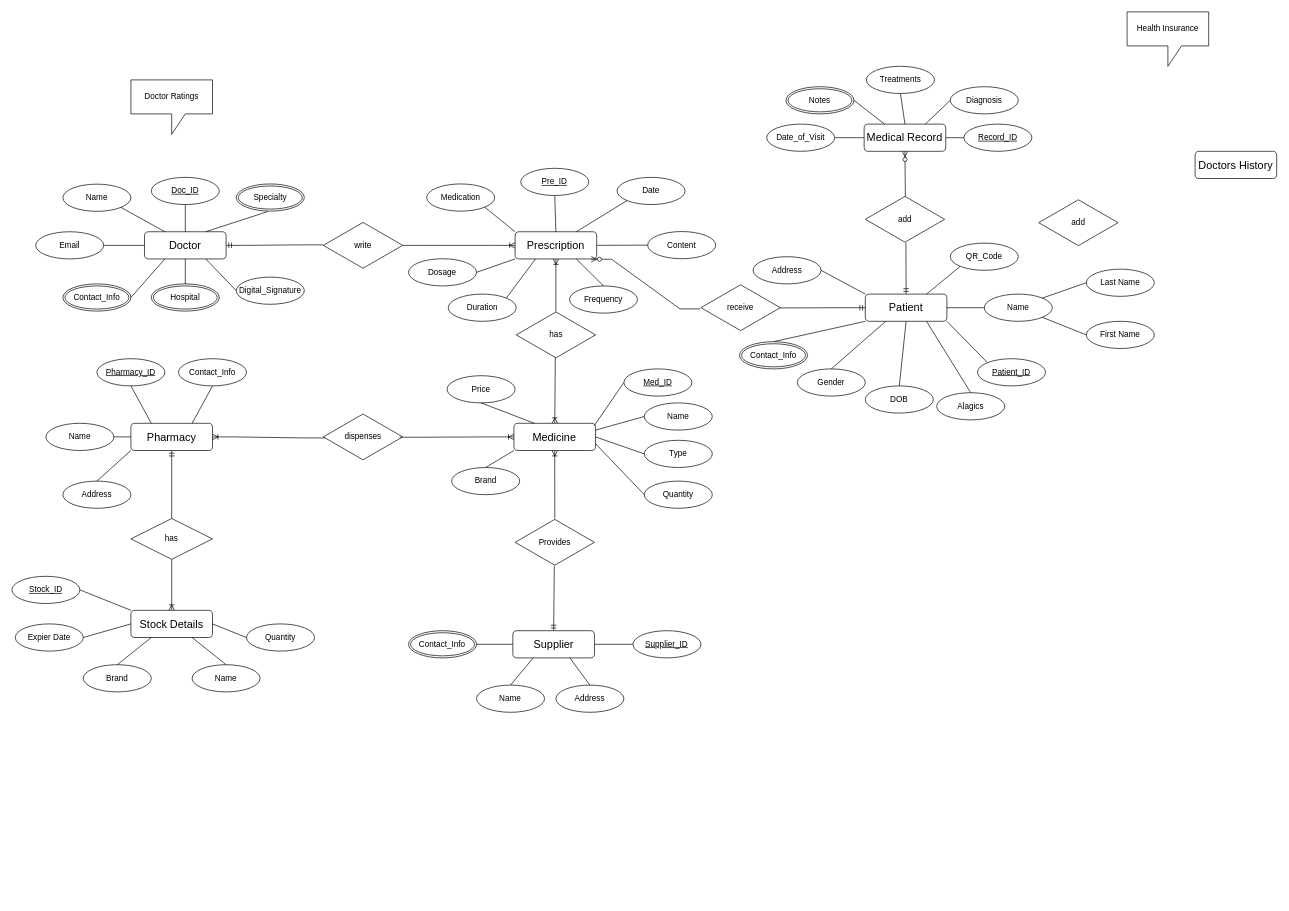
The draw.io diagram Untitled Diagram.drawio in GOJOKER/2024.05.29, before the edit. Source tidied: cells renumbered, new cells numbered last; positions are measured from the earlier drawing's top-left corner, leaving out a move shared by most shapes. Both pictures are drawn from the tidied source at 68%, with x=0, y=0 at pixel (12, 12).
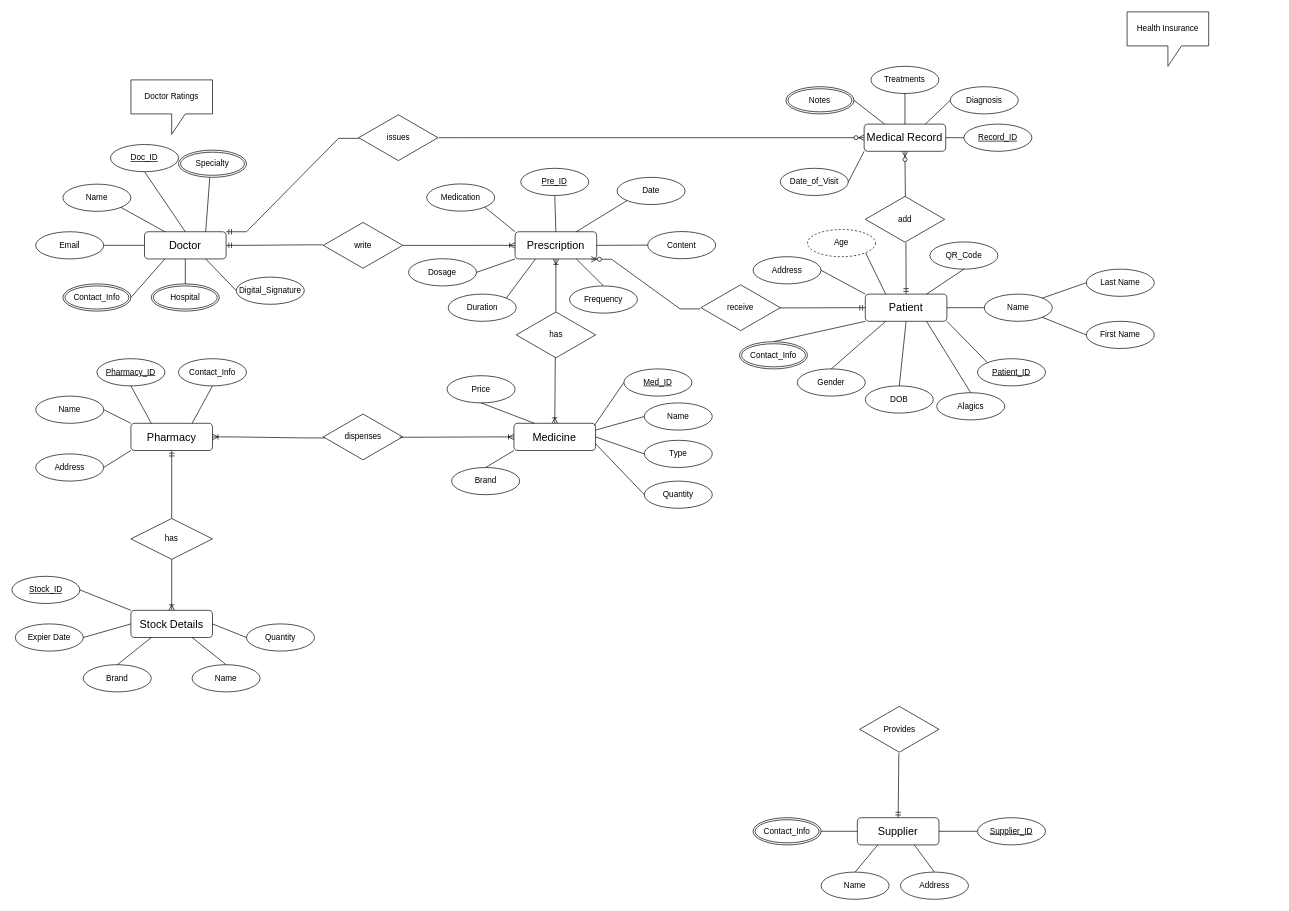
After the change.

Unchanged cells that the change refers to:
```xml
<mxCell id="2" value="&lt;font size=&quot;3&quot;&gt;Doctor&lt;/font&gt;" style="rounded=1;whiteSpace=wrap;html=1;" parent="1" vertex="1">
  <mxGeometry x="195" y="323.3" width="120" height="40" as="geometry" />
</mxCell>
<mxCell id="6" value="&lt;font size=&quot;3&quot;&gt;Patient&lt;/font&gt;" style="rounded=1;whiteSpace=wrap;html=1;" parent="1" vertex="1">
  <mxGeometry x="1255" y="415" width="120" height="40" as="geometry" />
</mxCell>
<mxCell id="7" value="&lt;font size=&quot;3&quot;&gt;Medicine&lt;/font&gt;" style="rounded=1;whiteSpace=wrap;html=1;" parent="1" vertex="1">
  <mxGeometry x="738.3" y="605" width="120" height="40" as="geometry" />
</mxCell>
<mxCell id="9" value="&lt;font size=&quot;3&quot;&gt;Pharmacy&lt;/font&gt;" style="rounded=1;whiteSpace=wrap;html=1;" parent="1" vertex="1">
  <mxGeometry x="175" y="605" width="120" height="40" as="geometry" />
</mxCell>
<mxCell id="111" value="&lt;font size=&quot;3&quot;&gt;Medical Record&lt;/font&gt;" style="rounded=1;whiteSpace=wrap;html=1;" parent="1" vertex="1">
  <mxGeometry x="1253.3" y="165" width="120" height="40" as="geometry" />
</mxCell>
```

The edit, as a diff of the source:
```diff
@@
     <mxCell id="8" value="&lt;font size=&quot;3&quot;&gt;Supplier&lt;/font&gt;" style="rounded=1;whiteSpace=wrap;html=1;" parent="1" vertex="1">
-      <mxGeometry x="736.7" y="910" width="120" height="40" as="geometry" />
+      <mxGeometry x="1243.3" y="1185" width="120" height="40" as="geometry" />
     </mxCell>
@@
     <mxCell id="10" value="Provides" style="html=1;whiteSpace=wrap;shape=isoRectangle;" parent="1" vertex="1">
-      <mxGeometry x="740" y="745" width="116.7" height="70" as="geometry" />
+      <mxGeometry x="1246.7" y="1020" width="116.7" height="70" as="geometry" />
     </mxCell>
@@
     <mxCell id="20" value="Name" style="ellipse;whiteSpace=wrap;html=1;align=center;" parent="1" vertex="1">
-      <mxGeometry x="50" y="605" width="100" height="40" as="geometry" />
+      <mxGeometry x="35" y="565" width="100" height="40" as="geometry" />
     </mxCell>
@@
     <mxCell id="22" value="Name" style="ellipse;whiteSpace=wrap;html=1;align=center;" parent="1" vertex="1">
-      <mxGeometry x="683.3" y="990" width="100" height="40" as="geometry" />
+      <mxGeometry x="1190" y="1265" width="100" height="40" as="geometry" />
     </mxCell>
@@
-    <mxCell id="29" style="endArrow=none;html=1;rounded=0;exitX=1;exitY=0.5;exitDx=0;exitDy=0;entryX=0;entryY=0.5;entryDx=0;entryDy=0;" parent="1" edge="1" source="20" target="9">
+    <mxCell id="29" style="endArrow=none;html=1;rounded=0;exitX=1;exitY=0.5;exitDx=0;exitDy=0;entryX=0;entryY=0;entryDx=0;entryDy=0;" parent="1" edge="1" source="20" target="9">
       <mxGeometry relative="1" as="geometry" />
     </mxCell>
@@
-    <mxCell id="58" style="fontSize=12;html=1;endArrow=ERoneToMany;rounded=0;entryX=0.5;entryY=1;entryDx=0;entryDy=0;exitX=0.5;exitY=0;exitDx=0;exitDy=0;exitPerimeter=0;" parent="1" edge="1" source="10" target="7">
-      <mxGeometry relative="1" as="geometry" />
-    </mxCell>
@@
     <mxCell id="62" value="Doc_ID" style="ellipse;whiteSpace=wrap;html=1;align=center;fontStyle=4;" parent="1" vertex="1">
-      <mxGeometry x="205" y="243.3" width="100" height="40" as="geometry" />
+      <mxGeometry x="145" y="195" width="100" height="40" as="geometry" />
     </mxCell>
@@
-    <mxCell id="81" value="&lt;font size=&quot;3&quot;&gt;Doctors History&lt;/font&gt;" style="rounded=1;whiteSpace=wrap;html=1;" parent="1" vertex="1">
-      <mxGeometry x="1740" y="205" width="120" height="40" as="geometry" />
-    </mxCell>
@@
     <mxCell id="87" value="Supplier_ID" style="ellipse;whiteSpace=wrap;html=1;align=center;fontStyle=4;" parent="1" vertex="1">
-      <mxGeometry x="913.3" y="910" width="100" height="40" as="geometry" />
+      <mxGeometry x="1420" y="1185" width="100" height="40" as="geometry" />
     </mxCell>
@@
-    <mxCell id="89" value="add" style="html=1;whiteSpace=wrap;shape=isoRectangle;" parent="1" vertex="1">
-      <mxGeometry x="1510" y="275" width="116.7" height="70" as="geometry" />
-    </mxCell>
@@
     <mxCell id="108" value="Specialty" style="ellipse;shape=doubleEllipse;margin=3;whiteSpace=wrap;html=1;align=center;" parent="1" vertex="1">
-      <mxGeometry x="330" y="253" width="100" height="40" as="geometry" />
+      <mxGeometry x="245" y="203.3" width="100" height="40" as="geometry" />
     </mxCell>
@@
     <mxCell id="113" value="Treatments" style="ellipse;whiteSpace=wrap;html=1;align=center;" parent="1" vertex="1">
-      <mxGeometry x="1256.7" y="80" width="100" height="40" as="geometry" />
+      <mxGeometry x="1263.3" y="80" width="100" height="40" as="geometry" />
     </mxCell>
@@
-    <mxCell id="118" style="endArrow=none;html=1;rounded=0;exitX=0;exitY=0.5;exitDx=0;exitDy=0;entryX=1;entryY=0.5;entryDx=0;entryDy=0;" parent="1" edge="1" source="111" target="120">
+    <mxCell id="118" style="endArrow=none;html=1;rounded=0;exitX=0;exitY=1;exitDx=0;exitDy=0;entryX=1;entryY=0.5;entryDx=0;entryDy=0;" parent="1" edge="1" source="111" target="120">
       <mxGeometry relative="1" as="geometry" />
     </mxCell>
@@
     <mxCell id="120" value="Date_of_Visit" style="ellipse;whiteSpace=wrap;html=1;align=center;" parent="1" vertex="1">
-      <mxGeometry x="1110" y="165" width="100" height="40" as="geometry" />
+      <mxGeometry x="1130" y="230" width="100" height="40" as="geometry" />
     </mxCell>
@@
     <mxCell id="123" value="Address" style="ellipse;whiteSpace=wrap;html=1;align=center;" parent="1" vertex="1">
-      <mxGeometry x="75" y="690" width="100" height="40" as="geometry" />
+      <mxGeometry x="35" y="650" width="100" height="40" as="geometry" />
     </mxCell>
-    <mxCell id="124" style="endArrow=none;html=1;rounded=0;entryX=0.5;entryY=0;entryDx=0;entryDy=0;exitX=0;exitY=1;exitDx=0;exitDy=0;" parent="1" edge="1" source="9" target="123">
+    <mxCell id="124" style="endArrow=none;html=1;rounded=0;entryX=1;entryY=0.5;entryDx=0;entryDy=0;exitX=0;exitY=1;exitDx=0;exitDy=0;" parent="1" edge="1" source="9" target="123">
       <mxGeometry relative="1" as="geometry" />
     </mxCell>
     <mxCell id="125" value="Contact_Info" style="ellipse;shape=doubleEllipse;margin=3;whiteSpace=wrap;html=1;align=center;" parent="1" vertex="1">
-      <mxGeometry x="583.3" y="910" width="100" height="40" as="geometry" />
+      <mxGeometry x="1090" y="1185" width="100" height="40" as="geometry" />
     </mxCell>
     <mxCell id="126" value="Address" style="ellipse;whiteSpace=wrap;html=1;align=center;" parent="1" vertex="1">
-      <mxGeometry x="800" y="990" width="100" height="40" as="geometry" />
+      <mxGeometry x="1306.7" y="1265" width="100" height="40" as="geometry" />
     </mxCell>
@@
     <mxCell id="132" value="QR_Code" style="ellipse;whiteSpace=wrap;html=1;align=center;" parent="1" vertex="1">
-      <mxGeometry x="1380" y="340" width="100" height="40" as="geometry" />
+      <mxGeometry x="1350" y="338.3" width="100" height="40" as="geometry" />
     </mxCell>
-    <mxCell id="133" style="endArrow=none;html=1;rounded=0;entryX=0;entryY=1;entryDx=0;entryDy=0;exitX=0.75;exitY=0;exitDx=0;exitDy=0;" parent="1" edge="1" source="6" target="132">
+    <mxCell id="133" style="endArrow=none;html=1;rounded=0;entryX=0.5;entryY=1;entryDx=0;entryDy=0;exitX=0.75;exitY=0;exitDx=0;exitDy=0;" parent="1" edge="1" source="6" target="132">
       <mxGeometry relative="1" as="geometry" />
     </mxCell>
+    <mxCell id="134" value="issues" style="html=1;whiteSpace=wrap;shape=isoRectangle;" parent="1" vertex="1">
+      <mxGeometry x="510" y="150" width="116.7" height="70" as="geometry" />
+    </mxCell>
+    <mxCell id="135" style="edgeStyle=entityRelationEdgeStyle;fontSize=12;html=1;endArrow=ERmandOne;rounded=0;entryX=1;entryY=0;entryDx=0;entryDy=0;exitX=0.003;exitY=0.514;exitDx=0;exitDy=0;exitPerimeter=0;" parent="1" edge="1" source="134" target="2">
+      <mxGeometry relative="1" as="geometry" />
+    </mxCell>
+    <mxCell id="136" style="endArrow=none;html=1;rounded=0;exitX=0.25;exitY=0;exitDx=0;exitDy=0;entryX=1;entryY=1;entryDx=0;entryDy=0;" parent="1" edge="1" source="6" target="138">
+      <mxGeometry relative="1" as="geometry" />
+    </mxCell>
+    <mxCell id="137" style="edgeStyle=entityRelationEdgeStyle;fontSize=12;html=1;endArrow=ERzeroToMany;endFill=1;rounded=0;entryX=0;entryY=0.5;entryDx=0;entryDy=0;exitX=1.011;exitY=0.5;exitDx=0;exitDy=0;exitPerimeter=0;" parent="1" edge="1" source="134" target="111">
+      <mxGeometry relative="1" as="geometry" />
+    </mxCell>
+    <mxCell id="138" value="Age" style="ellipse;whiteSpace=wrap;html=1;align=center;dashed=1;" parent="1" vertex="1">
+      <mxGeometry x="1170" y="320" width="100" height="40" as="geometry" />
+    </mxCell>
```
